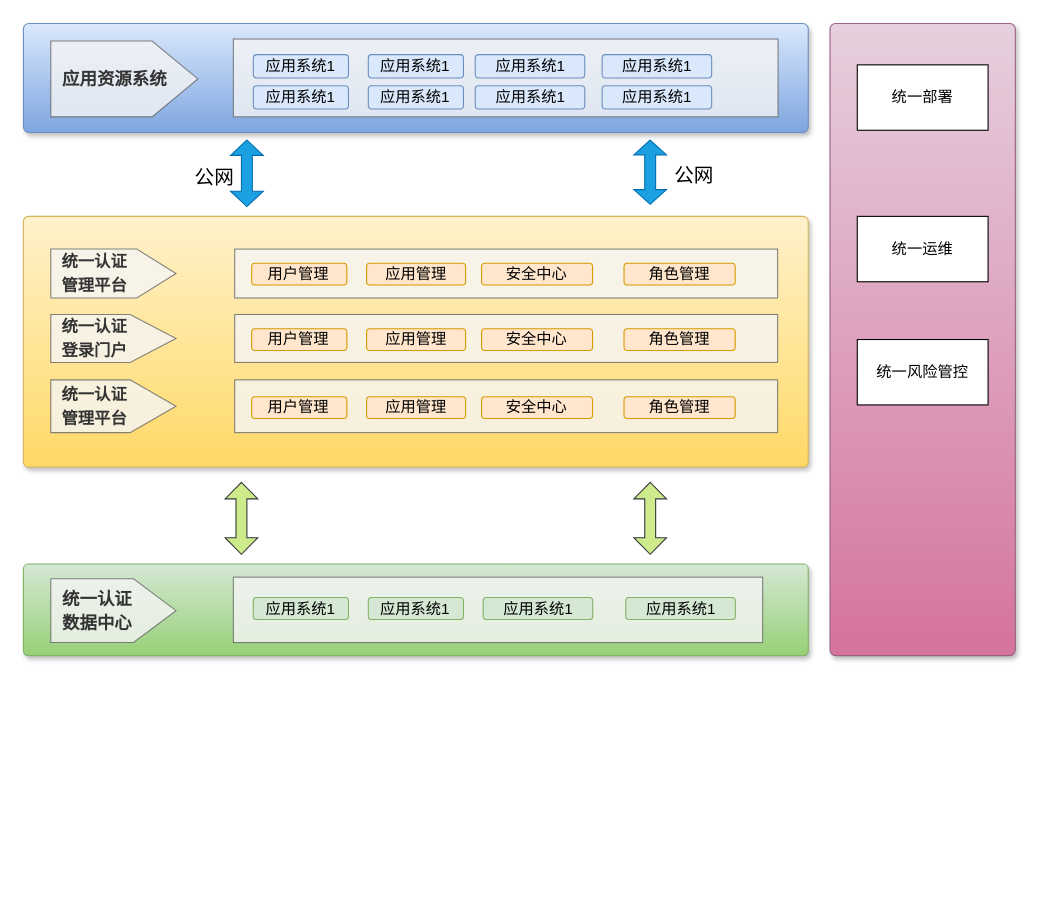
Above: 东庄信息化项目-统一权限管理.drawio in sun-beijixing/drawio (draw.io), before the change. Source tidied: cells renumbered, new cells numbered last; positions are measured from the earlier drawing's top-left corner, leaving out a move shared by most shapes. Both pictures are drawn from the tidied source at 109%, with x=0, y=0 at pixel (23, 23).
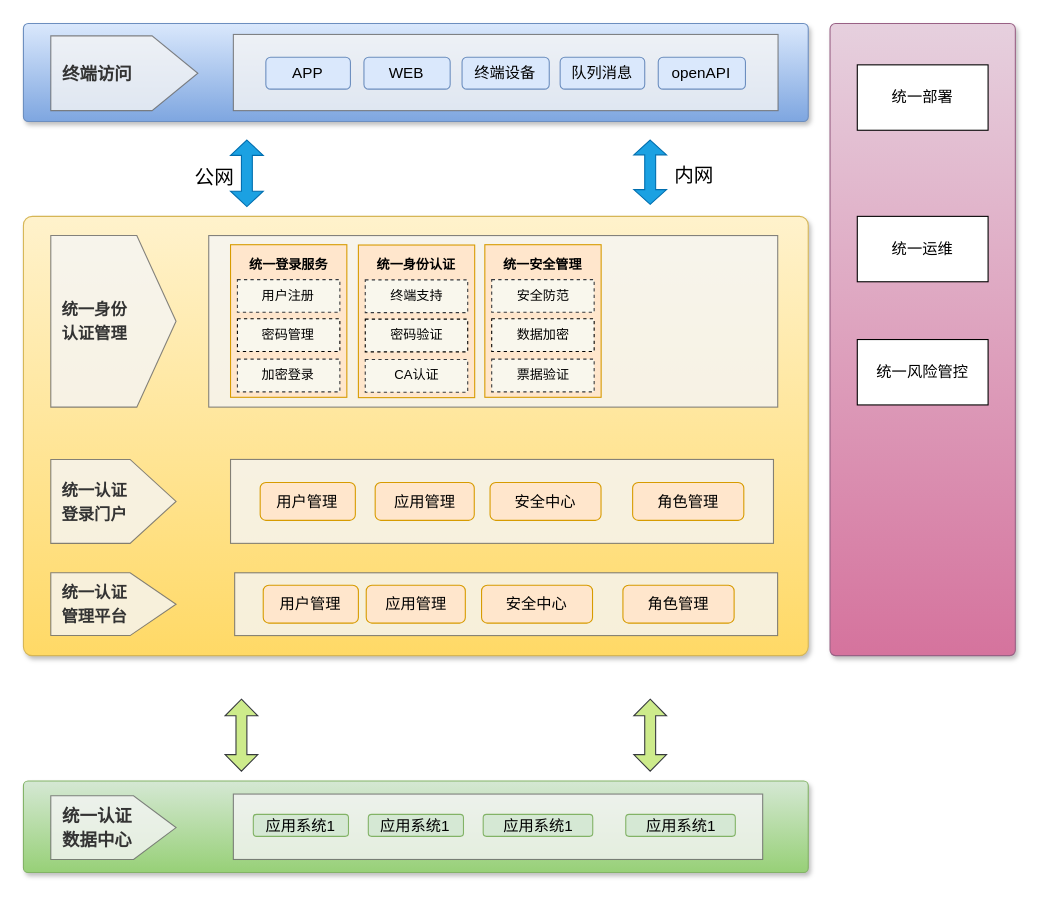
The same diagram, later.

Commit message (it also covers changes not shown here):
更新东庄信息化项目-统一权限管理.drawio

Change to the diagram source:
```diff
@@
     <mxCell id="2" style="text;html=1;strokeColor=#6c8ebf;fillColor=#dae8fc;align=center;verticalAlign=middle;whiteSpace=wrap;fontSize=54;fontStyle=1;shadow=1;rounded=1;glass=0;sketch=0;arcSize=5;gradientColor=#7ea6e0;" parent="1" vertex="1">
-      <mxGeometry width="720" height="100" as="geometry" />
+      <mxGeometry width="720" height="90" as="geometry" />
     </mxCell>
     <mxCell id="3" style="rounded=0;whiteSpace=wrap;html=1;shadow=0;glass=0;sketch=0;fontSize=20;fillColor=#f5f5f5;fontColor=#333333;strokeColor=#666666;opacity=80;" parent="2" vertex="1">
-      <mxGeometry x="192.6" y="14.3" width="499.7" height="71.4" as="geometry" />
+      <mxGeometry x="192.6" y="10.1" width="499.7" height="69.9" as="geometry" />
     </mxCell>
-    <mxCell id="4" value="&lt;font style=&quot;font-size: 14px;&quot;&gt;应用系统1&lt;/font&gt;" style="rounded=1;whiteSpace=wrap;html=1;shadow=0;glass=0;sketch=0;fillColor=#dae8fc;strokeColor=#6c8ebf;gradientColor=none;" parent="2" vertex="1">
-      <mxGeometry x="210.9" y="28.6" width="87.3" height="21.4" as="geometry" />
+    <mxCell id="4" value="&lt;font style=&quot;font-size: 14px;&quot;&gt;APP&lt;/font&gt;" style="rounded=1;whiteSpace=wrap;html=1;shadow=0;glass=0;sketch=0;fillColor=#dae8fc;strokeColor=#6c8ebf;gradientColor=none;" parent="2" vertex="1">
+      <mxGeometry x="222.4" y="31" width="77.6" height="29.3" as="geometry" />
     </mxCell>
-    <mxCell id="5" value="&lt;span style=&quot;color: rgb(51, 51, 51);&quot;&gt;&lt;b&gt;&lt;font style=&quot;font-size: 16px;&quot;&gt;&amp;nbsp; 应用资源系统&lt;/font&gt;&lt;/b&gt;&lt;/span&gt;" style="html=1;shadow=0;dashed=0;align=left;verticalAlign=middle;shape=mxgraph.arrows2.arrow;dy=0;dx=42;notch=0;rounded=0;glass=0;sketch=0;fontSize=18;fillColor=#f5f5f5;fontColor=#333333;strokeColor=#666666;whiteSpace=wrap;opacity=80;" parent="2" vertex="1">
-      <mxGeometry x="25.1" y="16.1" width="134.9" height="69.6" as="geometry" />
+    <mxCell id="5" value="&lt;span style=&quot;color: rgb(51, 51, 51);&quot;&gt;&lt;b&gt;&lt;font style=&quot;font-size: 16px;&quot;&gt;&amp;nbsp; 终端访问&lt;/font&gt;&lt;/b&gt;&lt;/span&gt;" style="html=1;shadow=0;dashed=0;align=left;verticalAlign=middle;shape=mxgraph.arrows2.arrow;dy=0;dx=42;notch=0;rounded=0;glass=0;sketch=0;fontSize=18;fillColor=#f5f5f5;fontColor=#333333;strokeColor=#666666;whiteSpace=wrap;opacity=80;" parent="2" vertex="1">
+      <mxGeometry x="25.1" y="11.4" width="134.9" height="68.6" as="geometry" />
     </mxCell>
-    <mxCell id="6" value="&lt;font style=&quot;font-size: 14px;&quot;&gt;应用系统1&lt;/font&gt;" style="rounded=1;whiteSpace=wrap;html=1;shadow=0;glass=0;sketch=0;fillColor=#dae8fc;strokeColor=#6c8ebf;gradientColor=none;" parent="2" vertex="1">
-      <mxGeometry x="530.9" y="28.6" width="100.5" height="21.4" as="geometry" />
+    <mxCell id="6" value="&lt;span style=&quot;font-size: 14px;&quot;&gt;队列消息&lt;/span&gt;" style="rounded=1;whiteSpace=wrap;html=1;shadow=0;glass=0;sketch=0;fillColor=#dae8fc;strokeColor=#6c8ebf;gradientColor=none;" parent="2" vertex="1">
+      <mxGeometry x="492.4" y="31" width="77.6" height="29.3" as="geometry" />
     </mxCell>
-    <mxCell id="7" value="&lt;font style=&quot;font-size: 14px;&quot;&gt;应用系统1&lt;/font&gt;" style="rounded=1;whiteSpace=wrap;html=1;shadow=0;glass=0;sketch=0;fillColor=#dae8fc;strokeColor=#6c8ebf;gradientColor=none;" parent="2" vertex="1">
-      <mxGeometry x="414.5" y="28.6" width="100.5" height="21.4" as="geometry" />
+    <mxCell id="7" value="&lt;font style=&quot;font-size: 14px;&quot;&gt;终端设备&lt;/font&gt;" style="rounded=1;whiteSpace=wrap;html=1;shadow=0;glass=0;sketch=0;fillColor=#dae8fc;strokeColor=#6c8ebf;gradientColor=none;" parent="2" vertex="1">
+      <mxGeometry x="402.4" y="31" width="80" height="29.3" as="geometry" />
     </mxCell>
-    <mxCell id="8" value="&lt;font style=&quot;font-size: 14px;&quot;&gt;应用系统1&lt;/font&gt;" style="rounded=1;whiteSpace=wrap;html=1;shadow=0;glass=0;sketch=0;fillColor=#dae8fc;strokeColor=#6c8ebf;gradientColor=none;" parent="2" vertex="1">
-      <mxGeometry x="530.9" y="57.1" width="100.5" height="21.4" as="geometry" />
-    </mxCell>
-    <mxCell id="9" value="&lt;font style=&quot;font-size: 14px;&quot;&gt;应用系统1&lt;/font&gt;" style="rounded=1;whiteSpace=wrap;html=1;shadow=0;glass=0;sketch=0;fillColor=#dae8fc;strokeColor=#6c8ebf;gradientColor=none;" parent="2" vertex="1">
-      <mxGeometry x="414.5" y="57.1" width="100.5" height="21.4" as="geometry" />
-    </mxCell>
+    <mxCell id="49" value="&lt;span style=&quot;font-size: 14px;&quot;&gt;openAPI&lt;/span&gt;" style="rounded=1;whiteSpace=wrap;html=1;shadow=0;glass=0;sketch=0;fillColor=#dae8fc;strokeColor=#6c8ebf;gradientColor=none;" parent="2" vertex="1">
+      <mxGeometry x="582.4" y="31" width="80" height="29.3" as="geometry" />
+    </mxCell>
-    <mxCell id="10" value="&lt;font style=&quot;font-size: 14px;&quot;&gt;应用系统1&lt;/font&gt;" style="rounded=1;whiteSpace=wrap;html=1;shadow=0;glass=0;sketch=0;fillColor=#dae8fc;strokeColor=#6c8ebf;gradientColor=none;" parent="2" vertex="1">
-      <mxGeometry x="316.4" y="28.6" width="87.3" height="21.4" as="geometry" />
+    <mxCell id="10" value="&lt;font style=&quot;font-size: 14px;&quot;&gt;WEB&lt;/font&gt;" style="rounded=1;whiteSpace=wrap;html=1;shadow=0;glass=0;sketch=0;fillColor=#dae8fc;strokeColor=#6c8ebf;gradientColor=none;" parent="2" vertex="1">
+      <mxGeometry x="312.4" y="31" width="79.1" height="29.3" as="geometry" />
     </mxCell>
-    <mxCell id="11" value="&lt;font style=&quot;font-size: 14px;&quot;&gt;应用系统1&lt;/font&gt;" style="rounded=1;whiteSpace=wrap;html=1;shadow=0;glass=0;sketch=0;fillColor=#dae8fc;strokeColor=#6c8ebf;gradientColor=none;" parent="2" vertex="1">
-      <mxGeometry x="210.9" y="57.1" width="87.3" height="21.4" as="geometry" />
-    </mxCell>
-    <mxCell id="12" value="&lt;font style=&quot;font-size: 14px;&quot;&gt;应用系统1&lt;/font&gt;" style="rounded=1;whiteSpace=wrap;html=1;shadow=0;glass=0;sketch=0;fillColor=#dae8fc;strokeColor=#6c8ebf;gradientColor=none;" parent="2" vertex="1">
-      <mxGeometry x="316.4" y="57.1" width="87.3" height="21.4" as="geometry" />
-    </mxCell>
     <mxCell id="13" style="text;html=1;strokeColor=#d6b656;fillColor=#fff2cc;align=center;verticalAlign=middle;whiteSpace=wrap;fontSize=54;fontStyle=1;shadow=1;rounded=1;glass=0;sketch=0;arcSize=2;gradientColor=#ffd966;" parent="1" vertex="1">
-      <mxGeometry y="177" width="720" height="230" as="geometry" />
+      <mxGeometry y="177" width="720" height="403" as="geometry" />
     </mxCell>
     <mxCell id="14" style="rounded=0;whiteSpace=wrap;html=1;shadow=0;glass=0;sketch=0;fontSize=20;fillColor=#f5f5f5;fontColor=#333333;strokeColor=#666666;opacity=80;" parent="13" vertex="1">
-      <mxGeometry x="193.8" y="30" width="498.1" height="44.9" as="geometry" />
+      <mxGeometry x="170" y="17.6" width="522" height="157.4" as="geometry" />
     </mxCell>
-    <mxCell id="15" value="&lt;font style=&quot;font-size: 14px;&quot;&gt;用户管理&lt;/font&gt;" style="rounded=1;whiteSpace=wrap;html=1;shadow=0;glass=0;sketch=0;fillColor=#ffe6cc;strokeColor=#d79b00;" parent="13" vertex="1">
-      <mxGeometry x="209.4" y="43" width="87.3" height="19.9" as="geometry" />
-    </mxCell>
-    <mxCell id="16" value="&lt;div style=&quot;&quot;&gt;&lt;b style=&quot;&quot;&gt;&lt;font style=&quot;font-size: 15px;&quot;&gt;&amp;nbsp; 统一认证&lt;/font&gt;&lt;/b&gt;&lt;/div&gt;&lt;div style=&quot;&quot;&gt;&lt;b style=&quot;&quot;&gt;&lt;font style=&quot;font-size: 15px;&quot;&gt;&amp;nbsp; 管理平台&lt;/font&gt;&lt;/b&gt;&lt;/div&gt;" style="html=1;shadow=0;dashed=0;align=left;verticalAlign=middle;shape=mxgraph.arrows2.arrow;dy=0;dx=36;notch=0;rounded=0;glass=0;sketch=0;fontSize=18;fillColor=#f5f5f5;fontColor=#333333;strokeColor=#666666;whiteSpace=wrap;opacity=80;" parent="13" vertex="1">
-      <mxGeometry x="25.1" y="30" width="114.9" height="44.9" as="geometry" />
+    <mxCell id="16" value="&lt;div style=&quot;&quot;&gt;&lt;b style=&quot;font-size: 15px;&quot;&gt;&amp;nbsp; 统一身份&lt;br&gt;&amp;nbsp; 认证管理&lt;/b&gt;&lt;br&gt;&lt;/div&gt;" style="html=1;shadow=0;dashed=0;align=left;verticalAlign=middle;shape=mxgraph.arrows2.arrow;dy=0;dx=36;notch=0;rounded=0;glass=0;sketch=0;fontSize=18;fillColor=#f5f5f5;fontColor=#333333;strokeColor=#666666;whiteSpace=wrap;opacity=80;" parent="13" vertex="1">
+      <mxGeometry x="25.1" y="17.6" width="114.9" height="157.4" as="geometry" />
     </mxCell>
-    <mxCell id="17" value="&lt;font style=&quot;font-size: 14px;&quot;&gt;角色管理&lt;/font&gt;" style="rounded=1;whiteSpace=wrap;html=1;shadow=0;glass=0;sketch=0;fillColor=#ffe6cc;strokeColor=#d79b00;" parent="13" vertex="1">
-      <mxGeometry x="551" y="43" width="102" height="19.9" as="geometry" />
-    </mxCell>
-    <mxCell id="18" value="&lt;font style=&quot;font-size: 14px;&quot;&gt;安全中心&lt;/font&gt;" style="rounded=1;whiteSpace=wrap;html=1;shadow=0;glass=0;sketch=0;fillColor=#ffe6cc;strokeColor=#d79b00;" parent="13" vertex="1">
-      <mxGeometry x="420.3" y="43" width="101.8" height="19.9" as="geometry" />
-    </mxCell>
-    <mxCell id="19" value="&lt;font style=&quot;font-size: 14px;&quot;&gt;应用管理&lt;/font&gt;" style="rounded=1;whiteSpace=wrap;html=1;shadow=0;glass=0;sketch=0;fillColor=#ffe6cc;strokeColor=#d79b00;" parent="13" vertex="1">
-      <mxGeometry x="314.8" y="43" width="90.9" height="19.9" as="geometry" />
-    </mxCell>
     <mxCell id="20" style="rounded=0;whiteSpace=wrap;html=1;shadow=0;glass=0;sketch=0;fontSize=20;fillColor=#f5f5f5;fontColor=#333333;strokeColor=#666666;opacity=80;" parent="13" vertex="1">
-      <mxGeometry x="193.8" y="90" width="498.1" height="44" as="geometry" />
+      <mxGeometry x="190" y="223" width="498.1" height="77" as="geometry" />
     </mxCell>
     <mxCell id="21" value="&lt;font style=&quot;font-size: 14px;&quot;&gt;用户管理&lt;/font&gt;" style="rounded=1;whiteSpace=wrap;html=1;shadow=0;glass=0;sketch=0;fillColor=#ffe6cc;strokeColor=#d79b00;" parent="13" vertex="1">
-      <mxGeometry x="209.4" y="103.1" width="87.3" height="19.9" as="geometry" />
+      <mxGeometry x="217.2" y="244.1" width="87.3" height="34.8" as="geometry" />
     </mxCell>
-    <mxCell id="22" value="&lt;span style=&quot;color: rgb(51, 51, 51);&quot;&gt;&lt;b style=&quot;font-size: 15px;&quot;&gt;&lt;font style=&quot;font-size: 15px;&quot;&gt;&amp;nbsp; 统一认证&lt;br&gt;&amp;nbsp; 登录门户&lt;/font&gt;&lt;/b&gt;&lt;/span&gt;" style="html=1;shadow=0;dashed=0;align=left;verticalAlign=middle;shape=mxgraph.arrows2.arrow;dy=0;dx=42.16;notch=0;rounded=0;glass=0;sketch=0;fontSize=18;fillColor=#f5f5f5;fontColor=#333333;strokeColor=#666666;whiteSpace=wrap;opacity=80;" parent="13" vertex="1">
-      <mxGeometry x="25.1" y="90" width="114.9" height="44" as="geometry" />
+    <mxCell id="22" value="&lt;span style=&quot;color: rgb(51, 51, 51);&quot;&gt;&lt;b style=&quot;font-size: 15px;&quot;&gt;&lt;font style=&quot;font-size: 15px;&quot;&gt;&amp;nbsp; 统一认证&lt;br&gt;&amp;nbsp; 登录门户&lt;br&gt;&lt;/font&gt;&lt;/b&gt;&lt;/span&gt;" style="html=1;shadow=0;dashed=0;align=left;verticalAlign=middle;shape=mxgraph.arrows2.arrow;dy=0;dx=42.16;notch=0;rounded=0;glass=0;sketch=0;fontSize=18;fillColor=#f5f5f5;fontColor=#333333;strokeColor=#666666;whiteSpace=wrap;opacity=80;" parent="13" vertex="1">
+      <mxGeometry x="25.1" y="223" width="114.9" height="77" as="geometry" />
     </mxCell>
     <mxCell id="23" value="&lt;font style=&quot;font-size: 14px;&quot;&gt;角色管理&lt;/font&gt;" style="rounded=1;whiteSpace=wrap;html=1;shadow=0;glass=0;sketch=0;fillColor=#ffe6cc;strokeColor=#d79b00;" parent="13" vertex="1">
-      <mxGeometry x="551" y="103.1" width="102" height="19.9" as="geometry" />
+      <mxGeometry x="558.9" y="244.1" width="102" height="34.8" as="geometry" />
     </mxCell>
     <mxCell id="24" value="&lt;font style=&quot;font-size: 14px;&quot;&gt;安全中心&lt;/font&gt;" style="rounded=1;whiteSpace=wrap;html=1;shadow=0;glass=0;sketch=0;fillColor=#ffe6cc;strokeColor=#d79b00;" parent="13" vertex="1">
-      <mxGeometry x="420.3" y="103.1" width="101.8" height="19.9" as="geometry" />
+      <mxGeometry x="428.1" y="244.1" width="101.8" height="34.8" as="geometry" />
     </mxCell>
     <mxCell id="25" value="&lt;font style=&quot;font-size: 14px;&quot;&gt;&lt;font style=&quot;font-size: 14px;&quot;&gt;应用&lt;/font&gt;&lt;font style=&quot;font-size: 14px;&quot;&gt;管理&lt;/font&gt;&lt;/font&gt;" style="rounded=1;whiteSpace=wrap;html=1;shadow=0;glass=0;sketch=0;fillColor=#ffe6cc;strokeColor=#d79b00;" parent="13" vertex="1">
-      <mxGeometry x="314.8" y="103.1" width="90.9" height="19.9" as="geometry" />
+      <mxGeometry x="322.7" y="244.1" width="90.9" height="34.8" as="geometry" />
     </mxCell>
     <mxCell id="26" style="rounded=0;whiteSpace=wrap;html=1;shadow=0;glass=0;sketch=0;fontSize=20;fillColor=#f5f5f5;fontColor=#333333;strokeColor=#666666;opacity=80;" parent="13" vertex="1">
-      <mxGeometry x="193.8" y="150" width="498.1" height="48.4" as="geometry" />
+      <mxGeometry x="193.8" y="327" width="498.1" height="57.6" as="geometry" />
     </mxCell>
     <mxCell id="27" value="&lt;font style=&quot;font-size: 14px;&quot;&gt;用户管理&lt;/font&gt;" style="rounded=1;whiteSpace=wrap;html=1;shadow=0;glass=0;sketch=0;fillColor=#ffe6cc;strokeColor=#d79b00;" parent="13" vertex="1">
-      <mxGeometry x="209.4" y="165.5" width="87.3" height="19.9" as="geometry" />
+      <mxGeometry x="220" y="338.4" width="87.3" height="34.8" as="geometry" />
     </mxCell>
     <mxCell id="28" value="&lt;span style=&quot;color: rgb(51, 51, 51);&quot;&gt;&lt;b style=&quot;font-size: 15px;&quot;&gt;&lt;font style=&quot;font-size: 15px;&quot;&gt;&amp;nbsp; 统一认证&lt;br&gt;&amp;nbsp; 管理平台&lt;/font&gt;&lt;/b&gt;&lt;/span&gt;" style="html=1;shadow=0;dashed=0;align=left;verticalAlign=middle;shape=mxgraph.arrows2.arrow;dy=0;dx=42.16;notch=0;rounded=0;glass=0;sketch=0;fontSize=18;fillColor=#f5f5f5;fontColor=#333333;strokeColor=#666666;whiteSpace=wrap;opacity=80;" parent="13" vertex="1">
-      <mxGeometry x="25.1" y="150" width="114.9" height="48.4" as="geometry" />
+      <mxGeometry x="25.1" y="327" width="114.9" height="57.6" as="geometry" />
     </mxCell>
     <mxCell id="29" value="&lt;font style=&quot;font-size: 14px;&quot;&gt;角色管理&lt;/font&gt;" style="rounded=1;whiteSpace=wrap;html=1;shadow=0;glass=0;sketch=0;fillColor=#ffe6cc;strokeColor=#d79b00;" parent="13" vertex="1">
-      <mxGeometry x="551" y="165.5" width="102" height="19.9" as="geometry" />
+      <mxGeometry x="550" y="338.4" width="102" height="34.8" as="geometry" />
     </mxCell>
     <mxCell id="30" value="&lt;font style=&quot;font-size: 14px;&quot;&gt;安全中心&lt;/font&gt;" style="rounded=1;whiteSpace=wrap;html=1;shadow=0;glass=0;sketch=0;fillColor=#ffe6cc;strokeColor=#d79b00;" parent="13" vertex="1">
-      <mxGeometry x="420.3" y="165.5" width="101.8" height="19.9" as="geometry" />
+      <mxGeometry x="420.3" y="338.4" width="101.8" height="34.8" as="geometry" />
     </mxCell>
     <mxCell id="31" value="&lt;font style=&quot;font-size: 14px;&quot;&gt;应用管理&lt;/font&gt;" style="rounded=1;whiteSpace=wrap;html=1;shadow=0;glass=0;sketch=0;fillColor=#ffe6cc;strokeColor=#d79b00;" parent="13" vertex="1">
-      <mxGeometry x="314.8" y="165.5" width="90.9" height="19.9" as="geometry" />
+      <mxGeometry x="314.5" y="338.4" width="90.9" height="34.8" as="geometry" />
     </mxCell>
+    <mxCell id="50" style="group;" parent="13" vertex="1">
+      <mxGeometry x="190" y="26" width="106.7" height="140" as="geometry" />
+    </mxCell>
+    <mxCell id="15" style="rounded=0;whiteSpace=wrap;html=1;shadow=0;glass=0;sketch=0;fillColor=#ffe6cc;strokeColor=#d79b00;" parent="50" vertex="1">
+      <mxGeometry width="106.7" height="140" as="geometry" />
+    </mxCell>
+    <mxCell id="51" value="&lt;font style=&quot;font-size: 12px;&quot;&gt;&lt;b&gt;统一登录服务&lt;/b&gt;&lt;/font&gt;" style="text;html=1;strokeColor=none;fillColor=none;align=center;verticalAlign=middle;whiteSpace=wrap;rounded=0;shadow=1;fontSize=16;" parent="50" vertex="1">
+      <mxGeometry x="13.8" y="2" width="79" height="30" as="geometry" />
+    </mxCell>
+    <mxCell id="52" value="用户注册" style="rounded=0;whiteSpace=wrap;html=1;shadow=0;fontSize=12;fillColor=#f9f7ed;strokeColor=#36393d;dashed=1;" parent="50" vertex="1">
+      <mxGeometry x="6.3" y="32" width="94" height="30" as="geometry" />
+    </mxCell>
+    <mxCell id="53" value="密码管理" style="rounded=0;whiteSpace=wrap;html=1;shadow=0;fontSize=12;fillColor=#f9f7ed;strokeColor=default;dashed=1;" parent="50" vertex="1">
+      <mxGeometry x="6.3" y="68" width="94" height="30" as="geometry" />
+    </mxCell>
+    <mxCell id="54" value="加密登录" style="rounded=0;whiteSpace=wrap;html=1;shadow=0;fontSize=12;fillColor=#f9f7ed;strokeColor=#36393d;dashed=1;" parent="50" vertex="1">
+      <mxGeometry x="6.3" y="105" width="94" height="30" as="geometry" />
+    </mxCell>
+    <mxCell id="55" style="group;" parent="13" vertex="1">
+      <mxGeometry x="307.3" y="26.3" width="106.7" height="140" as="geometry" />
+    </mxCell>
+    <mxCell id="56" style="rounded=0;whiteSpace=wrap;html=1;shadow=0;glass=0;sketch=0;fillColor=#ffe6cc;strokeColor=#d79b00;" parent="55" vertex="1">
+      <mxGeometry width="106.7" height="140" as="geometry" />
+    </mxCell>
+    <mxCell id="57" value="&lt;font style=&quot;font-size: 12px;&quot;&gt;&lt;b&gt;统一身份认证&lt;/b&gt;&lt;/font&gt;" style="text;html=1;strokeColor=none;fillColor=none;align=center;verticalAlign=middle;whiteSpace=wrap;rounded=0;shadow=1;fontSize=16;" parent="55" vertex="1">
+      <mxGeometry x="13.8" y="2" width="79" height="30" as="geometry" />
+    </mxCell>
+    <mxCell id="58" value="终端支持" style="rounded=0;whiteSpace=wrap;html=1;shadow=0;fontSize=12;fillColor=#f9f7ed;strokeColor=#36393d;dashed=1;" parent="55" vertex="1">
+      <mxGeometry x="6.3" y="32" width="94" height="30" as="geometry" />
+    </mxCell>
+    <mxCell id="59" value="密码验证" style="rounded=0;whiteSpace=wrap;html=1;shadow=0;fontSize=12;fillColor=#f9f7ed;strokeColor=default;dashed=1;" parent="55" vertex="1">
+      <mxGeometry x="6.3" y="68" width="94" height="30" as="geometry" />
+    </mxCell>
+    <mxCell id="60" value="CA认证" style="rounded=0;whiteSpace=wrap;html=1;shadow=0;fontSize=12;fillColor=#f9f7ed;strokeColor=#36393d;dashed=1;" parent="55" vertex="1">
+      <mxGeometry x="6.3" y="105" width="94" height="30" as="geometry" />
+    </mxCell>
+    <mxCell id="61" style="group;" parent="13" vertex="1">
+      <mxGeometry x="423.3" y="26" width="106.7" height="140" as="geometry" />
+    </mxCell>
+    <mxCell id="62" style="rounded=0;whiteSpace=wrap;html=1;shadow=0;glass=0;sketch=0;fillColor=#ffe6cc;strokeColor=#d79b00;" parent="61" vertex="1">
+      <mxGeometry width="106.7" height="140" as="geometry" />
+    </mxCell>
+    <mxCell id="63" value="&lt;font style=&quot;font-size: 12px;&quot;&gt;&lt;b&gt;统一安全管理&lt;/b&gt;&lt;/font&gt;" style="text;html=1;strokeColor=none;fillColor=none;align=center;verticalAlign=middle;whiteSpace=wrap;rounded=0;shadow=1;fontSize=16;" parent="61" vertex="1">
+      <mxGeometry x="13.8" y="2" width="79" height="30" as="geometry" />
+    </mxCell>
+    <mxCell id="64" value="安全防范" style="rounded=0;whiteSpace=wrap;html=1;shadow=0;fontSize=12;fillColor=#f9f7ed;strokeColor=#36393d;dashed=1;" parent="61" vertex="1">
+      <mxGeometry x="6.3" y="32" width="94" height="30" as="geometry" />
+    </mxCell>
+    <mxCell id="65" value="数据加密" style="rounded=0;whiteSpace=wrap;html=1;shadow=0;fontSize=12;fillColor=#f9f7ed;strokeColor=default;dashed=1;" parent="61" vertex="1">
+      <mxGeometry x="6.3" y="68" width="94" height="30" as="geometry" />
+    </mxCell>
+    <mxCell id="66" value="票据验证" style="rounded=0;whiteSpace=wrap;html=1;shadow=0;fontSize=12;fillColor=#f9f7ed;strokeColor=#36393d;dashed=1;" parent="61" vertex="1">
+      <mxGeometry x="6.3" y="105" width="94" height="30" as="geometry" />
+    </mxCell>
     <mxCell id="32" style="text;html=1;strokeColor=#82b366;fillColor=#d5e8d4;align=center;verticalAlign=middle;whiteSpace=wrap;fontSize=54;fontStyle=1;shadow=1;rounded=1;glass=0;sketch=0;gradientColor=#97d077;arcSize=5;" parent="1" vertex="1">
-      <mxGeometry y="496" width="720" height="84" as="geometry" />
+      <mxGeometry y="695" width="720" height="84" as="geometry" />
     </mxCell>
@@
-    <mxCell id="42" value="公网" style="text;html=1;align=center;verticalAlign=middle;strokeColor=none;fillColor=none;fontSize=18;" parent="1" vertex="1">
+    <mxCell id="42" value="内网" style="text;html=1;align=center;verticalAlign=middle;strokeColor=none;fillColor=none;fontSize=18;" parent="1" vertex="1">
       <mxGeometry x="590" y="125" width="50" height="30" as="geometry" />
     </mxCell>
     <mxCell id="43" style="shape=doubleArrow;direction=south;whiteSpace=wrap;html=1;fontSize=18;arrowWidth=0.3333333333333333;arrowSize=0.23;fillColor=#cdeb8b;strokeColor=#36393d;" parent="1" vertex="1">
-      <mxGeometry x="185" y="421" width="30" height="66" as="geometry" />
+      <mxGeometry x="185" y="620" width="30" height="66" as="geometry" />
     </mxCell>
     <mxCell id="44" style="shape=doubleArrow;direction=south;whiteSpace=wrap;html=1;fontSize=18;arrowWidth=0.3333333333333333;arrowSize=0.23;fillColor=#cdeb8b;strokeColor=#36393d;" parent="1" vertex="1">
-      <mxGeometry x="560" y="421" width="30" height="66" as="geometry" />
+      <mxGeometry x="560" y="620" width="30" height="66" as="geometry" />
     </mxCell>
```
